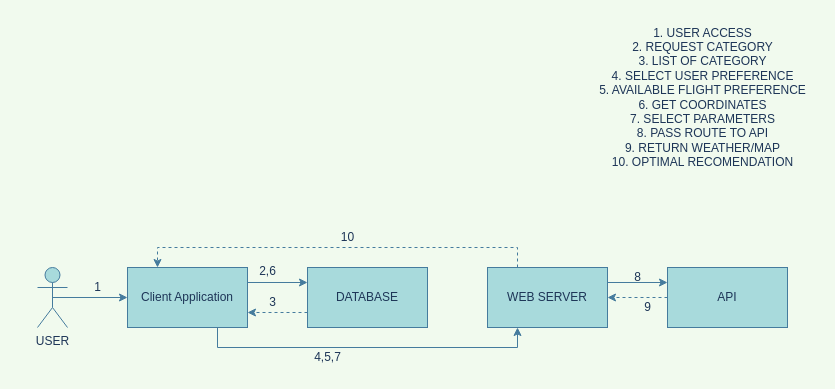
The draw.io diagram Untitled Diagram.drawio in subhavgoyal1/mlassignment1, before the edit. Source tidied: cells renumbered, new cells numbered last; positions are measured from the earlier drawing's top-left corner, leaving out a move shared by most shapes. Both pictures are drawn from the tidied source at 100%, with x=0, y=0 at pixel (37, 17).
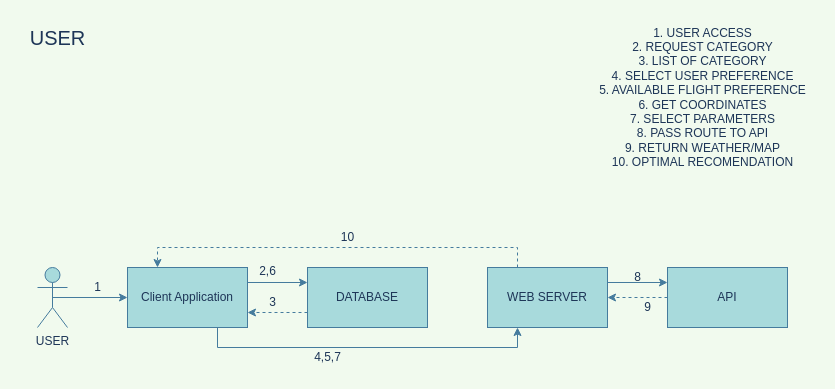
The same diagram, later.

What changed in the source:
```diff
@@
+    <mxCell id="22" value="&lt;span style=&quot;font-size: 20px;&quot;&gt;USER&lt;/span&gt;" style="text;html=1;align=center;verticalAlign=middle;strokeColor=none;fillColor=none;fontSize=12;fontColor=#1D3557;" parent="1" vertex="1">
+      <mxGeometry x="-20" width="80" height="40" as="geometry" />
+    </mxCell>
```
